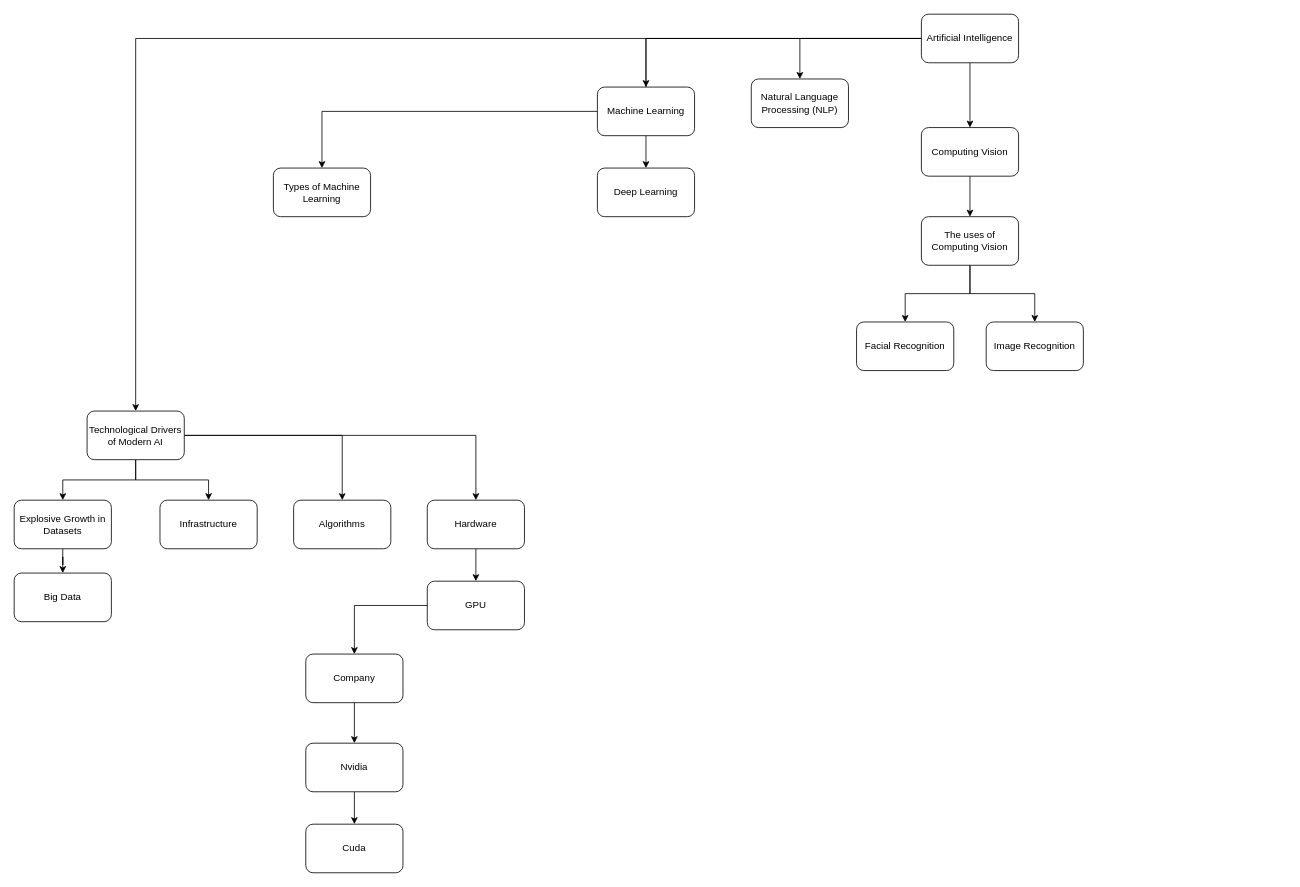
Earlier version of the draw.io diagram Diagram/Untitled Diagram.drawio (fauzan923/Framework-dan-Use-Case-Artificial-Intelligence). Source tidied: cells renumbered, new cells numbered last; positions are measured from the earlier drawing's top-left corner, leaving out a move shared by most shapes. Both pictures are drawn from the tidied source at 81%, with x=0, y=0 at pixel (14, 14).
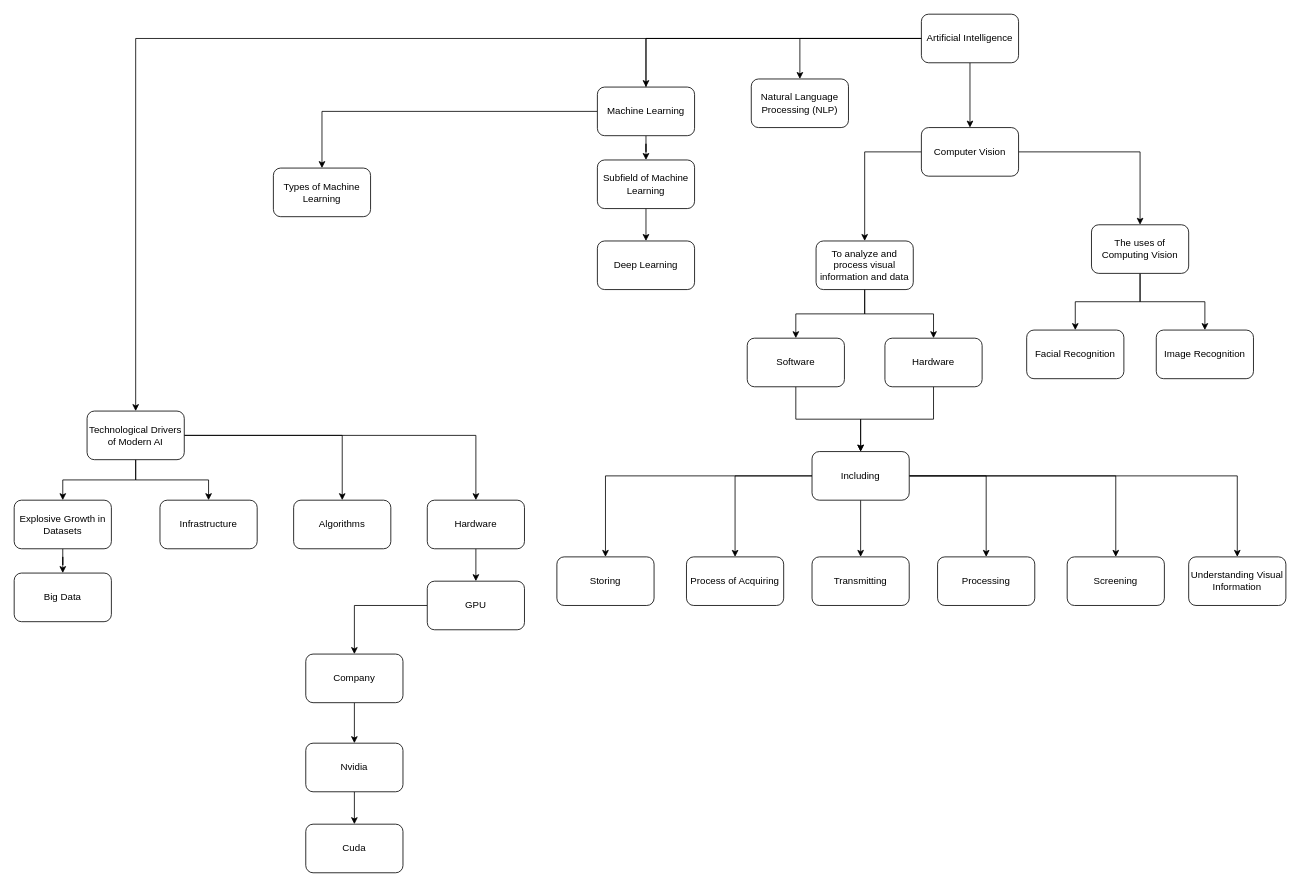
After the change.

The change refers to these unchanged cells:
```xml
<mxCell id="32" value="Machine Learning" style="rounded=1;whiteSpace=wrap;html=1;" parent="1" vertex="1">
  <mxGeometry x="720" y="90" width="120" height="60" as="geometry" />
</mxCell>
```

The edit, as a diff of the source:
```diff
@@
+    <mxCell id="40" style="edgeStyle=orthogonalEdgeStyle;rounded=0;jettySize=auto;html=1;" parent="1" edge="1" source="30" target="46">
+      <mxGeometry relative="1" as="geometry" />
+    </mxCell>
-    <mxCell id="30" value="Computing Vision" style="rounded=1;whiteSpace=wrap;html=1;" parent="1" vertex="1" collapsed="1">
+    <mxCell id="30" value="Computer Vision" style="rounded=1;whiteSpace=wrap;html=1;" parent="1" vertex="1" collapsed="1">
       <mxGeometry x="1120" y="140" width="120" height="60" as="geometry" />
     </mxCell>
-    <mxCell id="31" style="edgeStyle=orthogonalEdgeStyle;rounded=0;jettySize=auto;html=1;" parent="1" edge="1" source="32" target="34">
-      <mxGeometry relative="1" as="geometry" />
-    </mxCell>
+    <mxCell id="41" style="edgeStyle=orthogonalEdgeStyle;rounded=0;jettySize=auto;html=1;" parent="1" edge="1" source="32" target="43">
+      <mxGeometry relative="1" as="geometry" />
+    </mxCell>
@@
     <mxCell id="34" value="Deep Learning" style="rounded=1;whiteSpace=wrap;html=1;" parent="1" vertex="1">
-      <mxGeometry x="720" y="190" width="120" height="60" as="geometry" />
+      <mxGeometry x="720" y="280" width="120" height="60" as="geometry" />
     </mxCell>
@@
     <mxCell id="37" value="The uses of Computing Vision" style="rounded=1;whiteSpace=wrap;html=1;" parent="1" vertex="1">
-      <mxGeometry x="1120" y="250" width="120" height="60" as="geometry" />
+      <mxGeometry x="1330" y="260" width="120" height="60" as="geometry" />
     </mxCell>
     <mxCell id="38" value="Facial Recognition" style="rounded=1;whiteSpace=wrap;html=1;" parent="1" vertex="1">
-      <mxGeometry x="1040" y="380" width="120" height="60" as="geometry" />
+      <mxGeometry x="1250" y="390" width="120" height="60" as="geometry" />
     </mxCell>
     <mxCell id="39" value="Image Recognition" style="rounded=1;whiteSpace=wrap;html=1;" parent="1" vertex="1">
-      <mxGeometry x="1200" y="380" width="120" height="60" as="geometry" />
+      <mxGeometry x="1410" y="390" width="120" height="60" as="geometry" />
     </mxCell>
+    <mxCell id="42" style="edgeStyle=orthogonalEdgeStyle;rounded=0;jettySize=auto;html=1;" parent="1" edge="1" source="43" target="34">
+      <mxGeometry relative="1" as="geometry" />
+    </mxCell>
+    <mxCell id="43" value="Subfield of Machine Learning" style="rounded=1;whiteSpace=wrap;html=1;" parent="1" vertex="1">
+      <mxGeometry x="720" y="180" width="120" height="60" as="geometry" />
+    </mxCell>
+    <mxCell id="44" style="edgeStyle=orthogonalEdgeStyle;rounded=0;jettySize=auto;html=1;" parent="1" edge="1" source="46" target="48">
+      <mxGeometry relative="1" as="geometry" />
+    </mxCell>
+    <mxCell id="45" style="edgeStyle=orthogonalEdgeStyle;rounded=0;jettySize=auto;html=1;" parent="1" edge="1" source="46" target="50">
+      <mxGeometry relative="1" as="geometry" />
+    </mxCell>
+    <mxCell id="46" value="To analyze and process visual information and data" style="rounded=1;whiteSpace=wrap;html=1;" parent="1" vertex="1" collapsed="1">
+      <mxGeometry x="990" y="280" width="120" height="60" as="geometry" />
+    </mxCell>
+    <mxCell id="47" style="edgeStyle=orthogonalEdgeStyle;rounded=0;jettySize=auto;html=1;entryX=0.5;entryY=0;entryDx=0;entryDy=0;" parent="1" edge="1" source="48" target="57">
+      <mxGeometry relative="1" as="geometry" />
+    </mxCell>
+    <mxCell id="48" value="Software" style="rounded=1;whiteSpace=wrap;html=1;" parent="1" vertex="1" collapsed="1">
+      <mxGeometry x="905" y="400" width="120" height="60" as="geometry" />
+    </mxCell>
+    <mxCell id="49" style="edgeStyle=orthogonalEdgeStyle;rounded=0;jettySize=auto;html=1;" parent="1" edge="1" source="50" target="57">
+      <mxGeometry relative="1" as="geometry" />
+    </mxCell>
+    <mxCell id="50" value="Hardware" style="rounded=1;whiteSpace=wrap;html=1;" parent="1" vertex="1" collapsed="1">
+      <mxGeometry x="1075" y="400" width="120" height="60" as="geometry" />
+    </mxCell>
+    <mxCell id="51" style="edgeStyle=orthogonalEdgeStyle;rounded=0;jettySize=auto;html=1;" parent="1" edge="1" source="57" target="58">
+      <mxGeometry relative="1" as="geometry" />
+    </mxCell>
+    <mxCell id="52" style="edgeStyle=orthogonalEdgeStyle;rounded=0;jettySize=auto;html=1;" parent="1" edge="1" source="57" target="59">
+      <mxGeometry relative="1" as="geometry" />
+    </mxCell>
+    <mxCell id="53" style="edgeStyle=orthogonalEdgeStyle;rounded=0;jettySize=auto;html=1;" parent="1" edge="1" source="57" target="60">
+      <mxGeometry relative="1" as="geometry" />
+    </mxCell>
+    <mxCell id="54" style="edgeStyle=orthogonalEdgeStyle;rounded=0;jettySize=auto;html=1;" parent="1" edge="1" source="57" target="61">
+      <mxGeometry relative="1" as="geometry" />
+    </mxCell>
+    <mxCell id="55" style="edgeStyle=orthogonalEdgeStyle;rounded=0;jettySize=auto;html=1;" parent="1" edge="1" source="57" target="62">
+      <mxGeometry relative="1" as="geometry" />
+    </mxCell>
+    <mxCell id="56" style="edgeStyle=orthogonalEdgeStyle;rounded=0;jettySize=auto;html=1;" parent="1" edge="1" source="57" target="63">
+      <mxGeometry relative="1" as="geometry" />
+    </mxCell>
+    <mxCell id="57" value="Including" style="rounded=1;whiteSpace=wrap;html=1;" parent="1" vertex="1" collapsed="1">
+      <mxGeometry x="985" y="540" width="120" height="60" as="geometry" />
+    </mxCell>
+    <mxCell id="58" value="Process of Acquiring" style="rounded=1;whiteSpace=wrap;html=1;" parent="1" vertex="1" collapsed="1">
+      <mxGeometry x="830" y="670" width="120" height="60" as="geometry" />
+    </mxCell>
+    <mxCell id="59" value="Transmitting" style="rounded=1;whiteSpace=wrap;html=1;" parent="1" vertex="1" collapsed="1">
+      <mxGeometry x="985" y="670" width="120" height="60" as="geometry" />
+    </mxCell>
+    <mxCell id="60" value="Processing" style="rounded=1;whiteSpace=wrap;html=1;" parent="1" vertex="1" collapsed="1">
+      <mxGeometry x="1140" y="670" width="120" height="60" as="geometry" />
+    </mxCell>
+    <mxCell id="61" value="Screening" style="rounded=1;whiteSpace=wrap;html=1;" parent="1" vertex="1" collapsed="1">
+      <mxGeometry x="1300" y="670" width="120" height="60" as="geometry" />
+    </mxCell>
+    <mxCell id="62" value="Storing" style="rounded=1;whiteSpace=wrap;html=1;" parent="1" vertex="1" collapsed="1">
+      <mxGeometry x="670" y="670" width="120" height="60" as="geometry" />
+    </mxCell>
+    <mxCell id="63" value="Understanding Visual Information" style="rounded=1;whiteSpace=wrap;html=1;" parent="1" vertex="1" collapsed="1">
+      <mxGeometry x="1450" y="670" width="120" height="60" as="geometry" />
+    </mxCell>
```
